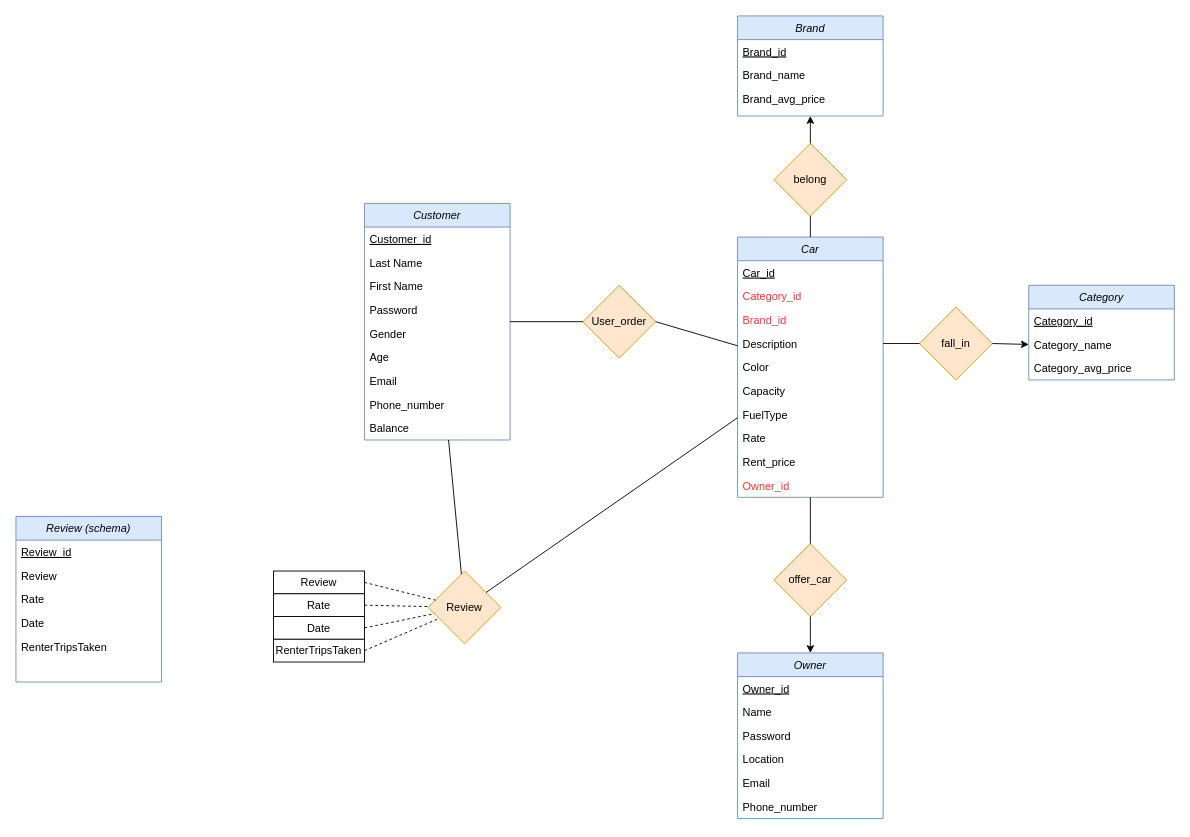
This is page "ER-Diagram_v1" (1 of 5) of docs/ER-Diagram.drawio from Timothy-197/CarRent_SQL-Database-Course-Project, a draw.io file, before an edit. Source tidied: cells renumbered, new cells numbered last; positions are measured from the earlier drawing's top-left corner, leaving out a move shared by most shapes. Both pictures are drawn from the tidied source at 91%, with x=0, y=0 at pixel (15, 15).
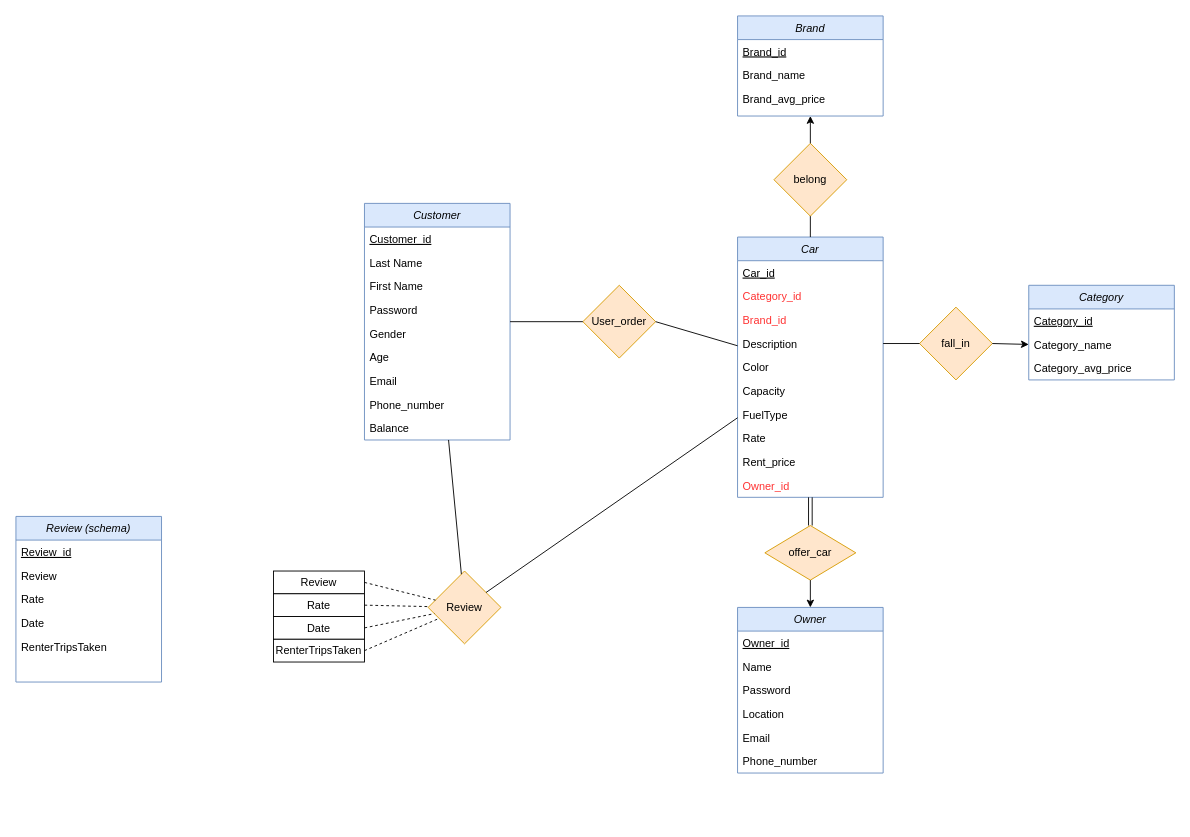
After the change.

Unchanged cells that the change refers to:
```xml
<mxCell id="16" value="Car" style="swimlane;fontStyle=2;align=center;verticalAlign=top;horizontal=1;startSize=26;rounded=0;shadow=0;strokeWidth=1;fillColor=#dae8fc;strokeColor=#6c8ebf;" parent="1" vertex="1">
  <mxGeometry x="793" y="243" width="160" height="286" as="geometry" />
</mxCell>
```

The edit, as a diff of the source:
```diff
@@
     <mxCell id="31" value="Owner" style="swimlane;fontStyle=2;align=center;verticalAlign=top;horizontal=1;startSize=26;rounded=0;shadow=0;strokeWidth=1;fillColor=#dae8fc;strokeColor=#6c8ebf;" parent="1" vertex="1">
-      <mxGeometry x="793" y="700" width="160" height="182" as="geometry" />
+      <mxGeometry x="793" y="650" width="160" height="182" as="geometry" />
     </mxCell>
@@
     <mxCell id="45" value="offer_car" style="rhombus;whiteSpace=wrap;html=1;fillColor=#ffe6cc;strokeColor=#d79b00;" parent="1" vertex="1">
-      <mxGeometry x="833" y="580" width="80" height="80" as="geometry" />
+      <mxGeometry x="823" y="560" width="100" height="60" as="geometry" />
     </mxCell>
@@
-    <mxCell id="47" style="endArrow=none;html=1;rounded=0;exitX=0.5;exitY=0;exitDx=0;exitDy=0;entryX=0.5;entryY=1;entryDx=0;entryDy=0;" parent="1" edge="1" source="45" target="16">
-      <mxGeometry relative="1" as="geometry" />
-    </mxCell>
@@
+    <mxCell id="67" style="shape=link;html=1;rounded=0;" parent="1" edge="1" source="16" target="45">
+      <mxGeometry relative="1" as="geometry" />
+    </mxCell>
```
